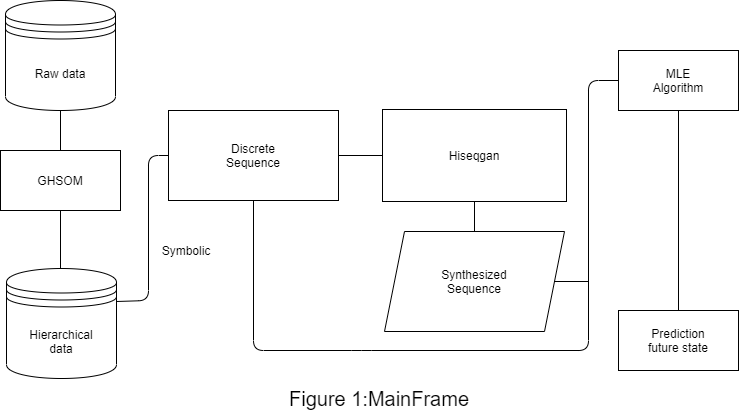
Before: image/mainframe.png, a diagram exported from draw.io (lina2360/HiSeqGan). Source tidied: cells renumbered, new cells last; positions are measured from the earlier drawing's top-left corner, leaving out a move shared by most shapes.
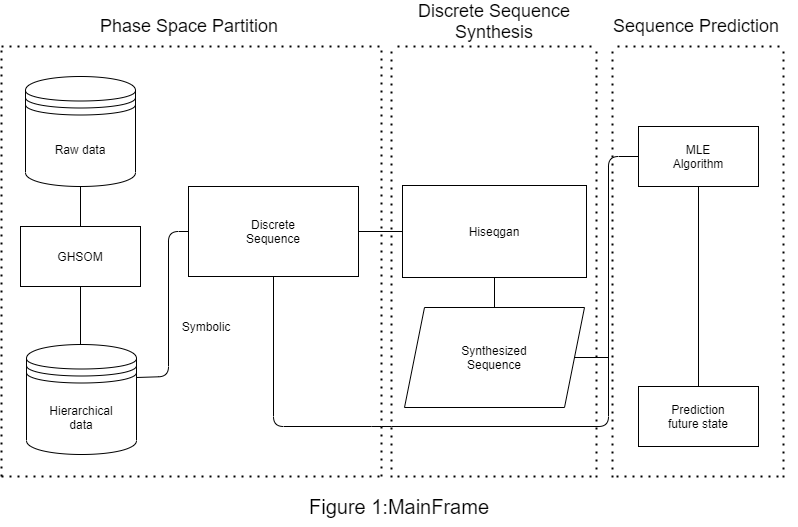
Later version of the same file.

What changed in the source:
```diff
@@ -69,10 +69,91 @@
       <mxGeometry x="6" y="268" width="110" height="110" as="geometry" />
     </mxCell>
     <mxCell id="18" value="&lt;font style=&quot;font-size: 20px&quot;&gt;Figure 1:MainFrame&lt;/font&gt;" style="text;html=1;strokeColor=none;fillColor=none;align=center;verticalAlign=middle;whiteSpace=wrap;rounded=0;" parent="1" vertex="1">
-      <mxGeometry x="278" y="378" width="202" height="40" as="geometry" />
+      <mxGeometry x="278" y="410" width="202" height="40" as="geometry" />
     </mxCell>
     <mxCell id="19" style="endArrow=none;html=1;exitX=1;exitY=0.5;exitDx=0;exitDy=0;entryX=0;entryY=0.5;entryDx=0;entryDy=0;" parent="1" edge="1" source="3" target="4">
       <mxGeometry relative="1" as="geometry" />
     </mxCell>
+    <mxCell id="20" style="endArrow=none;dashed=1;html=1;dashPattern=1 3;strokeWidth=2;" parent="1" edge="1">
+      <mxGeometry relative="1" as="geometry">
+        <mxPoint x="-19" y="400" as="sourcePoint" />
+        <mxPoint x="-19" y="-30" as="targetPoint" />
+      </mxGeometry>
+    </mxCell>
+    <mxCell id="21" style="endArrow=none;dashed=1;html=1;dashPattern=1 3;strokeWidth=2;" parent="1" edge="1">
+      <mxGeometry relative="1" as="geometry">
+        <mxPoint x="-19" y="-30" as="sourcePoint" />
+        <mxPoint x="361" y="-30" as="targetPoint" />
+      </mxGeometry>
+    </mxCell>
+    <mxCell id="22" style="endArrow=none;dashed=1;html=1;dashPattern=1 3;strokeWidth=2;" parent="1" edge="1">
+      <mxGeometry relative="1" as="geometry">
+        <mxPoint x="361" y="400" as="sourcePoint" />
+        <mxPoint x="361" y="-30" as="targetPoint" />
+      </mxGeometry>
+    </mxCell>
+    <mxCell id="23" style="endArrow=none;dashed=1;html=1;dashPattern=1 3;strokeWidth=2;" parent="1" edge="1">
+      <mxGeometry relative="1" as="geometry">
+        <mxPoint x="-19" y="400" as="sourcePoint" />
+        <mxPoint x="361" y="400" as="targetPoint" />
+      </mxGeometry>
+    </mxCell>
+    <mxCell id="24" style="endArrow=none;dashed=1;html=1;dashPattern=1 3;strokeWidth=2;" parent="1" edge="1">
+      <mxGeometry relative="1" as="geometry">
+        <mxPoint x="371" y="401" as="sourcePoint" />
+        <mxPoint x="371" y="-29" as="targetPoint" />
+      </mxGeometry>
+    </mxCell>
+    <mxCell id="25" style="endArrow=none;dashed=1;html=1;dashPattern=1 3;strokeWidth=2;" parent="1" edge="1">
+      <mxGeometry relative="1" as="geometry">
+        <mxPoint x="576" y="401" as="sourcePoint" />
+        <mxPoint x="576" y="-29" as="targetPoint" />
+      </mxGeometry>
+    </mxCell>
+    <mxCell id="26" style="endArrow=none;dashed=1;html=1;dashPattern=1 3;strokeWidth=2;" parent="1" edge="1">
+      <mxGeometry relative="1" as="geometry">
+        <mxPoint x="571" y="-30" as="sourcePoint" />
+        <mxPoint x="371" y="-30" as="targetPoint" />
+      </mxGeometry>
+    </mxCell>
+    <mxCell id="27" style="endArrow=none;dashed=1;html=1;dashPattern=1 3;strokeWidth=2;" parent="1" edge="1">
+      <mxGeometry relative="1" as="geometry">
+        <mxPoint x="571" y="400" as="sourcePoint" />
+        <mxPoint x="371" y="400" as="targetPoint" />
+      </mxGeometry>
+    </mxCell>
+    <mxCell id="28" style="endArrow=none;dashed=1;html=1;dashPattern=1 3;strokeWidth=2;" parent="1" edge="1">
+      <mxGeometry relative="1" as="geometry">
+        <mxPoint x="592" y="401" as="sourcePoint" />
+        <mxPoint x="592" y="-29" as="targetPoint" />
+      </mxGeometry>
+    </mxCell>
+    <mxCell id="29" style="endArrow=none;dashed=1;html=1;dashPattern=1 3;strokeWidth=2;" parent="1" edge="1">
+      <mxGeometry relative="1" as="geometry">
+        <mxPoint x="763" y="401" as="sourcePoint" />
+        <mxPoint x="763" y="-29" as="targetPoint" />
+      </mxGeometry>
+    </mxCell>
+    <mxCell id="30" style="endArrow=none;dashed=1;html=1;dashPattern=1 3;strokeWidth=2;" parent="1" edge="1">
+      <mxGeometry relative="1" as="geometry">
+        <mxPoint x="758" y="400" as="sourcePoint" />
+        <mxPoint x="591" y="400" as="targetPoint" />
+      </mxGeometry>
+    </mxCell>
+    <mxCell id="31" style="endArrow=none;dashed=1;html=1;dashPattern=1 3;strokeWidth=2;" parent="1" edge="1">
+      <mxGeometry relative="1" as="geometry">
+        <mxPoint x="759" y="-30" as="sourcePoint" />
+        <mxPoint x="592" y="-30" as="targetPoint" />
+      </mxGeometry>
+    </mxCell>
+    <mxCell id="32" value="&lt;font style=&quot;font-size: 18px&quot;&gt;Phase Space Partition&lt;/font&gt;" style="text;html=1;strokeColor=none;fillColor=none;align=center;verticalAlign=middle;whiteSpace=wrap;rounded=0;" parent="1" vertex="1">
+      <mxGeometry x="68" y="-70" width="202" height="40" as="geometry" />
+    </mxCell>
+    <mxCell id="33" value="&lt;font style=&quot;font-size: 18px&quot;&gt;Discrete Sequence Synthesis&lt;/font&gt;" style="text;html=1;strokeColor=none;fillColor=none;align=center;verticalAlign=middle;whiteSpace=wrap;rounded=0;" parent="1" vertex="1">
+      <mxGeometry x="373" y="-75" width="202" height="40" as="geometry" />
+    </mxCell>
+    <mxCell id="34" value="&lt;font style=&quot;font-size: 18px&quot;&gt;Sequence Prediction&lt;/font&gt;" style="text;html=1;strokeColor=none;fillColor=none;align=center;verticalAlign=middle;whiteSpace=wrap;rounded=0;" parent="1" vertex="1">
+      <mxGeometry x="575" y="-70" width="202" height="40" as="geometry" />
+    </mxCell>
   </root>
 </mxGraphModel>
```
